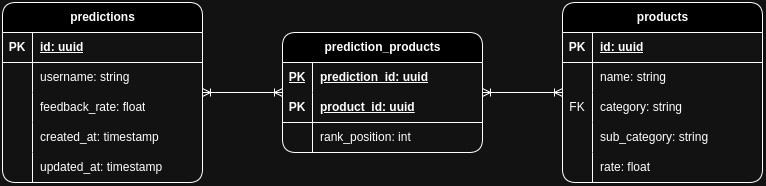
Earlier version of the draw.io export assets/data model diagram.drawio.png (Gabukuro/insta-gift). Source tidied: cells renumbered, new cells last; positions are measured from the earlier drawing's top-left corner, leaving out a move shared by most shapes. Source of this version:
```xml
<mxGraphModel>
  <root>
    <mxCell id="0" />
    <mxCell id="1" parent="0" />
    <mxCell id="2" style="edgeStyle=orthogonalEdgeStyle;rounded=1;jettySize=auto;html=1;endArrow=ERoneToMany;endFill=0;startArrow=ERoneToMany;startFill=0;" parent="1" edge="1" source="3" target="36">
      <mxGeometry relative="1" as="geometry" />
    </mxCell>
    <mxCell id="3" value="predictions" style="shape=table;startSize=30;rowLines=0;fontStyle=1;align=center;html=1;rounded=1;labelBackgroundColor=none;" parent="1" vertex="1">
      <mxGeometry width="200" height="180" as="geometry" />
    </mxCell>
    <mxCell id="4" style="shape=tableRow;horizontal=0;startSize=0;swimlaneHead=0;swimlaneBody=0;fillColor=none;top=0;left=0;right=0;bottom=1;rounded=1;labelBackgroundColor=none;" parent="3" vertex="1">
      <mxGeometry y="30" width="200" height="30" as="geometry" />
    </mxCell>
    <mxCell id="5" value="PK" style="shape=partialRectangle;fillColor=none;top=0;left=0;bottom=0;right=0;fontStyle=1;overflow=hidden;whiteSpace=wrap;html=1;rounded=1;labelBackgroundColor=none;" parent="4" vertex="1">
      <mxGeometry width="30" height="30" as="geometry" />
    </mxCell>
    <mxCell id="6" value="id: uuid" style="shape=partialRectangle;fillColor=none;top=0;left=0;bottom=0;right=0;align=left;spacingLeft=6;fontStyle=5;overflow=hidden;whiteSpace=wrap;html=1;rounded=1;labelBackgroundColor=none;" parent="4" vertex="1">
      <mxGeometry x="30" width="170" height="30" as="geometry" />
    </mxCell>
    <mxCell id="7" style="shape=tableRow;horizontal=0;startSize=0;swimlaneHead=0;swimlaneBody=0;fillColor=none;top=0;left=0;right=0;bottom=0;rounded=1;labelBackgroundColor=none;" parent="3" vertex="1">
      <mxGeometry y="60" width="200" height="30" as="geometry" />
    </mxCell>
    <mxCell id="8" style="shape=partialRectangle;fillColor=none;top=0;left=0;bottom=0;right=0;overflow=hidden;whiteSpace=wrap;html=1;rounded=1;labelBackgroundColor=none;" parent="7" vertex="1">
      <mxGeometry width="30" height="30" as="geometry" />
    </mxCell>
    <mxCell id="9" value="username: string" style="shape=partialRectangle;fillColor=none;top=0;left=0;bottom=0;right=0;align=left;spacingLeft=6;overflow=hidden;whiteSpace=wrap;html=1;rounded=1;labelBackgroundColor=none;" parent="7" vertex="1">
      <mxGeometry x="30" width="170" height="30" as="geometry" />
    </mxCell>
    <mxCell id="10" style="shape=tableRow;horizontal=0;startSize=0;swimlaneHead=0;swimlaneBody=0;fillColor=none;top=0;left=0;right=0;bottom=0;rounded=1;labelBackgroundColor=none;" parent="3" vertex="1">
      <mxGeometry y="90" width="200" height="30" as="geometry" />
    </mxCell>
    <mxCell id="11" style="shape=partialRectangle;fillColor=none;top=0;left=0;bottom=0;right=0;overflow=hidden;whiteSpace=wrap;html=1;rounded=1;labelBackgroundColor=none;" parent="10" vertex="1">
      <mxGeometry width="30" height="30" as="geometry" />
    </mxCell>
    <mxCell id="12" value="feedback_rate: float" style="shape=partialRectangle;fillColor=none;top=0;left=0;bottom=0;right=0;align=left;spacingLeft=6;overflow=hidden;whiteSpace=wrap;html=1;rounded=1;labelBackgroundColor=none;" parent="10" vertex="1">
      <mxGeometry x="30" width="170" height="30" as="geometry" />
    </mxCell>
    <mxCell id="13" style="shape=tableRow;horizontal=0;startSize=0;swimlaneHead=0;swimlaneBody=0;fillColor=none;top=0;left=0;right=0;bottom=0;rounded=1;labelBackgroundColor=none;" parent="3" vertex="1">
      <mxGeometry y="120" width="200" height="30" as="geometry" />
    </mxCell>
    <mxCell id="14" style="shape=partialRectangle;fillColor=none;top=0;left=0;bottom=0;right=0;overflow=hidden;whiteSpace=wrap;html=1;rounded=1;labelBackgroundColor=none;" parent="13" vertex="1">
      <mxGeometry width="30" height="30" as="geometry" />
    </mxCell>
    <mxCell id="15" value="created_at: timestamp" style="shape=partialRectangle;fillColor=none;top=0;left=0;bottom=0;right=0;align=left;spacingLeft=6;overflow=hidden;whiteSpace=wrap;html=1;rounded=1;labelBackgroundColor=none;" parent="13" vertex="1">
      <mxGeometry x="30" width="170" height="30" as="geometry" />
    </mxCell>
    <mxCell id="16" style="shape=tableRow;horizontal=0;startSize=0;swimlaneHead=0;swimlaneBody=0;fillColor=none;top=0;left=0;right=0;bottom=0;rounded=1;labelBackgroundColor=none;" parent="3" vertex="1">
      <mxGeometry y="150" width="200" height="30" as="geometry" />
    </mxCell>
    <mxCell id="17" style="shape=partialRectangle;fillColor=none;top=0;left=0;bottom=0;right=0;overflow=hidden;whiteSpace=wrap;html=1;rounded=1;labelBackgroundColor=none;" parent="16" vertex="1">
      <mxGeometry width="30" height="30" as="geometry" />
    </mxCell>
    <mxCell id="18" value="updated_at: timestamp" style="shape=partialRectangle;fillColor=none;top=0;left=0;bottom=0;right=0;align=left;spacingLeft=6;overflow=hidden;whiteSpace=wrap;html=1;rounded=1;labelBackgroundColor=none;" parent="16" vertex="1">
      <mxGeometry x="30" width="170" height="30" as="geometry" />
    </mxCell>
    <mxCell id="19" value="products" style="shape=table;startSize=30;rowLines=0;fontStyle=1;align=center;html=1;rounded=1;labelBackgroundColor=none;" parent="1" vertex="1">
      <mxGeometry x="560" width="200" height="180" as="geometry" />
    </mxCell>
    <mxCell id="20" style="shape=tableRow;horizontal=0;startSize=0;swimlaneHead=0;swimlaneBody=0;fillColor=none;top=0;left=0;right=0;bottom=1;rounded=1;labelBackgroundColor=none;" parent="19" vertex="1">
      <mxGeometry y="30" width="200" height="30" as="geometry" />
    </mxCell>
    <mxCell id="21" value="PK" style="shape=partialRectangle;fillColor=none;top=0;left=0;bottom=0;right=0;fontStyle=1;overflow=hidden;whiteSpace=wrap;html=1;rounded=1;labelBackgroundColor=none;" parent="20" vertex="1">
      <mxGeometry width="30" height="30" as="geometry" />
    </mxCell>
    <mxCell id="22" value="id: uuid" style="shape=partialRectangle;fillColor=none;top=0;left=0;bottom=0;right=0;align=left;spacingLeft=6;fontStyle=5;overflow=hidden;whiteSpace=wrap;html=1;rounded=1;labelBackgroundColor=none;" parent="20" vertex="1">
      <mxGeometry x="30" width="170" height="30" as="geometry" />
    </mxCell>
    <mxCell id="23" style="shape=tableRow;horizontal=0;startSize=0;swimlaneHead=0;swimlaneBody=0;fillColor=none;top=0;left=0;right=0;bottom=0;rounded=1;labelBackgroundColor=none;" parent="19" vertex="1">
      <mxGeometry y="60" width="200" height="30" as="geometry" />
    </mxCell>
    <mxCell id="24" style="shape=partialRectangle;fillColor=none;top=0;left=0;bottom=0;right=0;overflow=hidden;whiteSpace=wrap;html=1;rounded=1;labelBackgroundColor=none;" parent="23" vertex="1">
      <mxGeometry width="30" height="30" as="geometry" />
    </mxCell>
    <mxCell id="25" value="name: string" style="shape=partialRectangle;fillColor=none;top=0;left=0;bottom=0;right=0;align=left;spacingLeft=6;overflow=hidden;whiteSpace=wrap;html=1;rounded=1;labelBackgroundColor=none;" parent="23" vertex="1">
      <mxGeometry x="30" width="170" height="30" as="geometry" />
    </mxCell>
    <mxCell id="26" style="shape=tableRow;horizontal=0;startSize=0;swimlaneHead=0;swimlaneBody=0;fillColor=none;top=0;left=0;right=0;bottom=0;rounded=1;labelBackgroundColor=none;" parent="19" vertex="1">
      <mxGeometry y="90" width="200" height="30" as="geometry" />
    </mxCell>
    <mxCell id="27" value="FK" style="shape=partialRectangle;fillColor=none;top=0;left=0;bottom=0;right=0;overflow=hidden;whiteSpace=wrap;html=1;rounded=1;labelBackgroundColor=none;" parent="26" vertex="1">
      <mxGeometry width="30" height="30" as="geometry" />
    </mxCell>
    <mxCell id="28" value="category: string" style="shape=partialRectangle;fillColor=none;top=0;left=0;bottom=0;right=0;align=left;spacingLeft=6;overflow=hidden;whiteSpace=wrap;html=1;rounded=1;labelBackgroundColor=none;" parent="26" vertex="1">
      <mxGeometry x="30" width="170" height="30" as="geometry" />
    </mxCell>
    <mxCell id="29" style="shape=tableRow;horizontal=0;startSize=0;swimlaneHead=0;swimlaneBody=0;fillColor=none;top=0;left=0;right=0;bottom=0;rounded=1;labelBackgroundColor=none;" parent="19" vertex="1">
      <mxGeometry y="120" width="200" height="30" as="geometry" />
    </mxCell>
    <mxCell id="30" style="shape=partialRectangle;fillColor=none;top=0;left=0;bottom=0;right=0;overflow=hidden;whiteSpace=wrap;html=1;rounded=1;labelBackgroundColor=none;" parent="29" vertex="1">
      <mxGeometry width="30" height="30" as="geometry" />
    </mxCell>
    <mxCell id="31" value="sub_category: string" style="shape=partialRectangle;fillColor=none;top=0;left=0;bottom=0;right=0;align=left;spacingLeft=6;overflow=hidden;whiteSpace=wrap;html=1;rounded=1;labelBackgroundColor=none;" parent="29" vertex="1">
      <mxGeometry x="30" width="170" height="30" as="geometry" />
    </mxCell>
    <mxCell id="32" style="shape=tableRow;horizontal=0;startSize=0;swimlaneHead=0;swimlaneBody=0;fillColor=none;top=0;left=0;right=0;bottom=0;rounded=1;labelBackgroundColor=none;" parent="19" vertex="1">
      <mxGeometry y="150" width="200" height="30" as="geometry" />
    </mxCell>
    <mxCell id="33" style="shape=partialRectangle;fillColor=none;top=0;left=0;bottom=0;right=0;overflow=hidden;whiteSpace=wrap;html=1;rounded=1;labelBackgroundColor=none;" parent="32" vertex="1">
      <mxGeometry width="30" height="30" as="geometry" />
    </mxCell>
    <mxCell id="34" value="rate: float" style="shape=partialRectangle;fillColor=none;top=0;left=0;bottom=0;right=0;align=left;spacingLeft=6;overflow=hidden;whiteSpace=wrap;html=1;rounded=1;labelBackgroundColor=none;" parent="32" vertex="1">
      <mxGeometry x="30" width="170" height="30" as="geometry" />
    </mxCell>
    <mxCell id="35" style="edgeStyle=orthogonalEdgeStyle;rounded=1;jettySize=auto;html=1;endArrow=ERoneToMany;endFill=0;startArrow=ERoneToMany;startFill=0;" parent="1" edge="1" source="36" target="19">
      <mxGeometry relative="1" as="geometry" />
    </mxCell>
    <mxCell id="36" value="prediction_products" style="shape=table;startSize=30;rowLines=0;fontStyle=1;align=center;html=1;rounded=1;labelBackgroundColor=none;" parent="1" vertex="1">
      <mxGeometry x="280" y="30" width="200" height="120" as="geometry" />
    </mxCell>
    <mxCell id="37" style="shape=tableRow;horizontal=0;startSize=0;swimlaneHead=0;swimlaneBody=0;fillColor=none;top=0;left=0;right=0;bottom=0;rounded=1;labelBackgroundColor=none;" parent="36" vertex="1">
      <mxGeometry y="30" width="200" height="30" as="geometry" />
    </mxCell>
    <mxCell id="38" value="PK" style="shape=partialRectangle;fillColor=none;top=0;left=0;bottom=0;right=0;overflow=hidden;whiteSpace=wrap;html=1;rounded=1;labelBackgroundColor=none;fontStyle=5;" parent="37" vertex="1">
      <mxGeometry width="30" height="30" as="geometry" />
    </mxCell>
    <mxCell id="39" value="prediction_id: uuid" style="shape=partialRectangle;fillColor=none;top=0;left=0;bottom=0;right=0;align=left;spacingLeft=6;overflow=hidden;whiteSpace=wrap;html=1;rounded=1;labelBackgroundColor=none;fontStyle=5;" parent="37" vertex="1">
      <mxGeometry x="30" width="170" height="30" as="geometry" />
    </mxCell>
    <mxCell id="40" style="shape=tableRow;horizontal=0;startSize=0;swimlaneHead=0;swimlaneBody=0;fillColor=none;top=0;left=0;right=0;bottom=1;rounded=1;labelBackgroundColor=none;" parent="36" vertex="1">
      <mxGeometry y="60" width="200" height="30" as="geometry" />
    </mxCell>
    <mxCell id="41" value="PK" style="shape=partialRectangle;fillColor=none;top=0;left=0;bottom=0;right=0;fontStyle=1;overflow=hidden;whiteSpace=wrap;html=1;rounded=1;labelBackgroundColor=none;" parent="40" vertex="1">
      <mxGeometry width="30" height="30" as="geometry" />
    </mxCell>
    <mxCell id="42" value="product_id: uuid" style="shape=partialRectangle;fillColor=none;top=0;left=0;bottom=0;right=0;align=left;spacingLeft=6;fontStyle=5;overflow=hidden;whiteSpace=wrap;html=1;rounded=1;labelBackgroundColor=none;" parent="40" vertex="1">
      <mxGeometry x="30" width="170" height="30" as="geometry" />
    </mxCell>
    <mxCell id="43" style="shape=tableRow;horizontal=0;startSize=0;swimlaneHead=0;swimlaneBody=0;fillColor=none;top=0;left=0;right=0;bottom=0;rounded=1;labelBackgroundColor=none;" parent="36" vertex="1">
      <mxGeometry y="90" width="200" height="30" as="geometry" />
    </mxCell>
    <mxCell id="44" style="shape=partialRectangle;fillColor=none;top=0;left=0;bottom=0;right=0;overflow=hidden;whiteSpace=wrap;html=1;rounded=1;labelBackgroundColor=none;" parent="43" vertex="1">
      <mxGeometry width="30" height="30" as="geometry" />
    </mxCell>
    <mxCell id="45" value="rank_position: int" style="shape=partialRectangle;fillColor=none;top=0;left=0;bottom=0;right=0;align=left;spacingLeft=6;overflow=hidden;whiteSpace=wrap;html=1;rounded=1;labelBackgroundColor=none;" parent="43" vertex="1">
      <mxGeometry x="30" width="170" height="30" as="geometry" />
    </mxCell>
  </root>
</mxGraphModel>
```
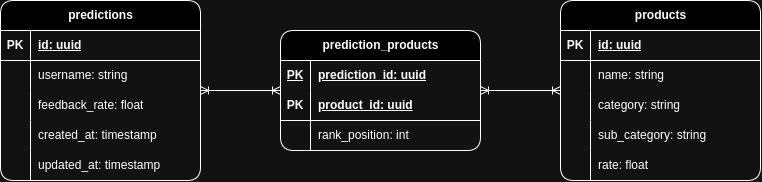
The same diagram one commit later.

What changed in the source:
```diff
@@ -77,7 +77,7 @@
     <mxCell id="26" style="shape=tableRow;horizontal=0;startSize=0;swimlaneHead=0;swimlaneBody=0;fillColor=none;top=0;left=0;right=0;bottom=0;rounded=1;labelBackgroundColor=none;" parent="19" vertex="1">
       <mxGeometry y="90" width="200" height="30" as="geometry" />
     </mxCell>
-    <mxCell id="27" value="FK" style="shape=partialRectangle;fillColor=none;top=0;left=0;bottom=0;right=0;overflow=hidden;whiteSpace=wrap;html=1;rounded=1;labelBackgroundColor=none;" parent="26" vertex="1">
+    <mxCell id="27" style="shape=partialRectangle;fillColor=none;top=0;left=0;bottom=0;right=0;overflow=hidden;whiteSpace=wrap;html=1;rounded=1;labelBackgroundColor=none;" parent="26" vertex="1">
       <mxGeometry width="30" height="30" as="geometry" />
     </mxCell>
     <mxCell id="28" value="category: string" style="shape=partialRectangle;fillColor=none;top=0;left=0;bottom=0;right=0;align=left;spacingLeft=6;overflow=hidden;whiteSpace=wrap;html=1;rounded=1;labelBackgroundColor=none;" parent="26" vertex="1">
```
